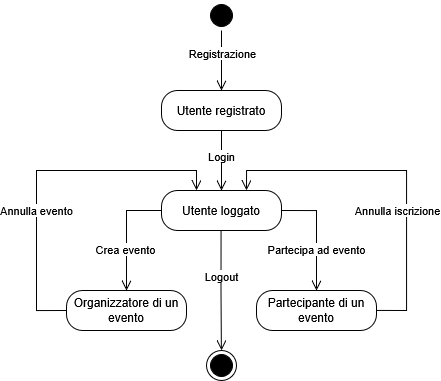
This is state1.drawio.png from alexbnls/progetto-is, a draw.io export, as it was before one commit. Source tidied: cells renumbered, new cells last; positions are measured from the earlier drawing's top-left corner, leaving out a move shared by most shapes. The source it was exported from:
```xml
<mxGraphModel>
  <root>
    <mxCell id="0" />
    <mxCell id="1" parent="0" />
    <mxCell id="2" style="ellipse;html=1;shape=startState;fillColor=#000000;" parent="1" vertex="1">
      <mxGeometry x="170" width="30" height="30" as="geometry" />
    </mxCell>
    <mxCell id="3" style="edgeStyle=orthogonalEdgeStyle;html=1;verticalAlign=bottom;endArrow=open;endSize=8;rounded=0;" parent="1" edge="1" source="2">
      <mxGeometry relative="1" as="geometry">
        <mxPoint x="185" y="90" as="targetPoint" />
      </mxGeometry>
    </mxCell>
    <mxCell id="4" value="Registrazione" style="edgeLabel;html=1;align=center;verticalAlign=middle;" parent="3" vertex="1">
      <mxGeometry x="-0.27" y="1" relative="1" as="geometry" />
    </mxCell>
    <mxCell id="5" style="ellipse;html=1;shape=endState;fillColor=#000000;strokeColor=#000000;" parent="1" vertex="1">
      <mxGeometry x="170" y="350" width="30" height="30" as="geometry" />
    </mxCell>
    <mxCell id="6" value="Utente registrato" style="rounded=1;whiteSpace=wrap;html=1;arcSize=40;" parent="1" vertex="1">
      <mxGeometry x="125" y="90" width="120" height="40" as="geometry" />
    </mxCell>
    <mxCell id="7" style="edgeStyle=orthogonalEdgeStyle;html=1;verticalAlign=bottom;endArrow=open;endSize=8;rounded=0;" parent="1" edge="1" source="6">
      <mxGeometry relative="1" as="geometry">
        <mxPoint x="185" y="190" as="targetPoint" />
      </mxGeometry>
    </mxCell>
    <mxCell id="8" value="Login" style="edgeLabel;html=1;align=center;verticalAlign=middle;" parent="7" vertex="1">
      <mxGeometry x="-0.14" relative="1" as="geometry" />
    </mxCell>
    <mxCell id="9" value="&lt;div&gt;Utente loggato&lt;/div&gt;" style="rounded=1;whiteSpace=wrap;html=1;arcSize=40;" parent="1" vertex="1">
      <mxGeometry x="125" y="190" width="120" height="40" as="geometry" />
    </mxCell>
    <mxCell id="10" style="edgeStyle=orthogonalEdgeStyle;html=1;verticalAlign=bottom;endArrow=open;endSize=8;rounded=0;" parent="1" edge="1" source="9">
      <mxGeometry relative="1" as="geometry">
        <mxPoint x="90" y="290" as="targetPoint" />
      </mxGeometry>
    </mxCell>
    <mxCell id="11" value="Crea evento" style="edgeLabel;html=1;align=center;verticalAlign=middle;" parent="10" vertex="1">
      <mxGeometry x="0.27" y="-1" relative="1" as="geometry" />
    </mxCell>
    <mxCell id="12" style="edgeStyle=orthogonalEdgeStyle;html=1;verticalAlign=bottom;endArrow=open;endSize=8;rounded=0;" parent="1" edge="1" target="5">
      <mxGeometry relative="1" as="geometry">
        <mxPoint x="184.6" y="230" as="sourcePoint" />
      </mxGeometry>
    </mxCell>
    <mxCell id="13" value="Logout" style="edgeLabel;html=1;align=center;verticalAlign=middle;" parent="12" vertex="1">
      <mxGeometry x="-0.23" y="2" relative="1" as="geometry">
        <mxPoint x="-2" as="offset" />
      </mxGeometry>
    </mxCell>
    <mxCell id="14" style="edgeStyle=orthogonalEdgeStyle;html=1;verticalAlign=bottom;endArrow=open;endSize=8;rounded=0;" parent="1" edge="1">
      <mxGeometry relative="1" as="geometry">
        <mxPoint x="245" y="210" as="sourcePoint" />
        <mxPoint x="280" y="290" as="targetPoint" />
      </mxGeometry>
    </mxCell>
    <mxCell id="15" value="&lt;div&gt;Partecipa ad evento&lt;/div&gt;" style="edgeLabel;html=1;align=center;verticalAlign=middle;" parent="14" vertex="1">
      <mxGeometry x="0.13" y="1" relative="1" as="geometry">
        <mxPoint x="-1" y="8" as="offset" />
      </mxGeometry>
    </mxCell>
    <mxCell id="16" value="Organizzatore di un evento" style="rounded=1;whiteSpace=wrap;html=1;arcSize=40;" parent="1" vertex="1">
      <mxGeometry x="30" y="290" width="120" height="40" as="geometry" />
    </mxCell>
    <mxCell id="17" value="Partecipante di un evento" style="rounded=1;whiteSpace=wrap;html=1;arcSize=40;" parent="1" vertex="1">
      <mxGeometry x="220" y="290" width="120" height="40" as="geometry" />
    </mxCell>
    <mxCell id="18" style="edgeStyle=orthogonalEdgeStyle;html=1;verticalAlign=bottom;endArrow=open;endSize=8;rounded=0;entryX=0.708;entryY=0;entryDx=0;entryDy=0;entryPerimeter=0;" parent="1" edge="1" target="9">
      <mxGeometry relative="1" as="geometry">
        <mxPoint x="340" y="310" as="sourcePoint" />
        <Array as="points">
          <mxPoint x="370" y="310" />
          <mxPoint x="370" y="170" />
          <mxPoint x="210" y="170" />
        </Array>
      </mxGeometry>
    </mxCell>
    <mxCell id="19" value="Annulla iscrizione" style="edgeLabel;html=1;align=center;verticalAlign=middle;" parent="18" vertex="1">
      <mxGeometry x="0.13" y="1" relative="1" as="geometry">
        <mxPoint x="18" y="39" as="offset" />
      </mxGeometry>
    </mxCell>
    <mxCell id="20" style="edgeStyle=orthogonalEdgeStyle;html=1;verticalAlign=bottom;endArrow=open;endSize=8;rounded=0;entryX=0.708;entryY=0;entryDx=0;entryDy=0;entryPerimeter=0;" parent="1" edge="1">
      <mxGeometry relative="1" as="geometry">
        <mxPoint x="30" y="310" as="sourcePoint" />
        <mxPoint x="160" y="190" as="targetPoint" />
        <Array as="points">
          <mxPoint y="310" />
          <mxPoint y="170" />
          <mxPoint x="160" y="170" />
        </Array>
      </mxGeometry>
    </mxCell>
    <mxCell id="21" value="Annulla evento" style="edgeLabel;html=1;align=center;verticalAlign=middle;" parent="20" vertex="1">
      <mxGeometry x="0.13" y="1" relative="1" as="geometry">
        <mxPoint x="-28" y="41" as="offset" />
      </mxGeometry>
    </mxCell>
  </root>
</mxGraphModel>
```
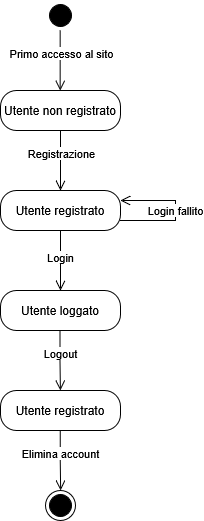
The same file after the commit.

What changed in the source:
```diff
@@ -3,10 +3,11 @@
     <mxCell id="0" />
     <mxCell id="1" parent="0" />
     <mxCell id="2" style="ellipse;html=1;shape=startState;fillColor=#000000;" parent="1" vertex="1">
-      <mxGeometry x="170" width="30" height="30" as="geometry" />
+      <mxGeometry x="170" y="-100" width="30" height="30" as="geometry" />
     </mxCell>
-    <mxCell id="3" style="edgeStyle=orthogonalEdgeStyle;html=1;verticalAlign=bottom;endArrow=open;endSize=8;rounded=0;" parent="1" edge="1" source="2">
+    <mxCell id="3" style="edgeStyle=orthogonalEdgeStyle;html=1;verticalAlign=bottom;endArrow=open;endSize=8;rounded=0;" parent="1" edge="1">
       <mxGeometry relative="1" as="geometry">
+        <mxPoint x="185" y="30" as="sourcePoint" />
         <mxPoint x="185" y="90" as="targetPoint" />
       </mxGeometry>
     </mxCell>
@@ -14,7 +15,7 @@
       <mxGeometry x="-0.27" y="1" relative="1" as="geometry" />
     </mxCell>
     <mxCell id="5" style="ellipse;html=1;shape=endState;fillColor=#000000;strokeColor=#000000;" parent="1" vertex="1">
-      <mxGeometry x="170" y="350" width="30" height="30" as="geometry" />
+      <mxGeometry x="170" y="390" width="30" height="30" as="geometry" />
     </mxCell>
     <mxCell id="6" value="Utente registrato" style="rounded=1;whiteSpace=wrap;html=1;arcSize=40;" parent="1" vertex="1">
       <mxGeometry x="125" y="90" width="120" height="40" as="geometry" />
@@ -30,17 +31,10 @@
     <mxCell id="9" value="&lt;div&gt;Utente loggato&lt;/div&gt;" style="rounded=1;whiteSpace=wrap;html=1;arcSize=40;" parent="1" vertex="1">
       <mxGeometry x="125" y="190" width="120" height="40" as="geometry" />
     </mxCell>
-    <mxCell id="10" style="edgeStyle=orthogonalEdgeStyle;html=1;verticalAlign=bottom;endArrow=open;endSize=8;rounded=0;" parent="1" edge="1" source="9">
-      <mxGeometry relative="1" as="geometry">
-        <mxPoint x="90" y="290" as="targetPoint" />
-      </mxGeometry>
-    </mxCell>
-    <mxCell id="11" value="Crea evento" style="edgeLabel;html=1;align=center;verticalAlign=middle;" parent="10" vertex="1">
-      <mxGeometry x="0.27" y="-1" relative="1" as="geometry" />
-    </mxCell>
-    <mxCell id="12" style="edgeStyle=orthogonalEdgeStyle;html=1;verticalAlign=bottom;endArrow=open;endSize=8;rounded=0;" parent="1" edge="1" target="5">
+    <mxCell id="12" style="edgeStyle=orthogonalEdgeStyle;html=1;verticalAlign=bottom;endArrow=open;endSize=8;rounded=0;" parent="1" edge="1">
       <mxGeometry relative="1" as="geometry">
         <mxPoint x="184.6" y="230" as="sourcePoint" />
+        <mxPoint x="185" y="290" as="targetPoint" />
       </mxGeometry>
     </mxCell>
     <mxCell id="13" value="Logout" style="edgeLabel;html=1;align=center;verticalAlign=middle;" parent="12" vertex="1">
@@ -48,53 +42,45 @@
         <mxPoint x="-2" as="offset" />
       </mxGeometry>
     </mxCell>
-    <mxCell id="14" style="edgeStyle=orthogonalEdgeStyle;html=1;verticalAlign=bottom;endArrow=open;endSize=8;rounded=0;" parent="1" edge="1">
-      <mxGeometry relative="1" as="geometry">
-        <mxPoint x="245" y="210" as="sourcePoint" />
-        <mxPoint x="280" y="290" as="targetPoint" />
-      </mxGeometry>
-    </mxCell>
-    <mxCell id="15" value="&lt;div&gt;Partecipa ad evento&lt;/div&gt;" style="edgeLabel;html=1;align=center;verticalAlign=middle;" parent="14" vertex="1">
-      <mxGeometry x="0.13" y="1" relative="1" as="geometry">
-        <mxPoint x="-1" y="8" as="offset" />
-      </mxGeometry>
-    </mxCell>
-    <mxCell id="16" value="Organizzatore di un evento" style="rounded=1;whiteSpace=wrap;html=1;arcSize=40;" parent="1" vertex="1">
-      <mxGeometry x="30" y="290" width="120" height="40" as="geometry" />
-    </mxCell>
-    <mxCell id="17" value="Partecipante di un evento" style="rounded=1;whiteSpace=wrap;html=1;arcSize=40;" parent="1" vertex="1">
-      <mxGeometry x="220" y="290" width="120" height="40" as="geometry" />
-    </mxCell>
-    <mxCell id="18" style="edgeStyle=orthogonalEdgeStyle;html=1;verticalAlign=bottom;endArrow=open;endSize=8;rounded=0;entryX=0.708;entryY=0;entryDx=0;entryDy=0;entryPerimeter=0;" parent="1" edge="1" target="9">
-      <mxGeometry relative="1" as="geometry">
-        <mxPoint x="340" y="310" as="sourcePoint" />
-        <Array as="points">
-          <mxPoint x="370" y="310" />
-          <mxPoint x="370" y="170" />
-          <mxPoint x="210" y="170" />
-        </Array>
-      </mxGeometry>
-    </mxCell>
-    <mxCell id="19" value="Annulla iscrizione" style="edgeLabel;html=1;align=center;verticalAlign=middle;" parent="18" vertex="1">
-      <mxGeometry x="0.13" y="1" relative="1" as="geometry">
-        <mxPoint x="18" y="39" as="offset" />
-      </mxGeometry>
-    </mxCell>
-    <mxCell id="20" style="edgeStyle=orthogonalEdgeStyle;html=1;verticalAlign=bottom;endArrow=open;endSize=8;rounded=0;entryX=0.708;entryY=0;entryDx=0;entryDy=0;entryPerimeter=0;" parent="1" edge="1">
-      <mxGeometry relative="1" as="geometry">
-        <mxPoint x="30" y="310" as="sourcePoint" />
-        <mxPoint x="160" y="190" as="targetPoint" />
-        <Array as="points">
-          <mxPoint y="310" />
-          <mxPoint y="170" />
-          <mxPoint x="160" y="170" />
-        </Array>
-      </mxGeometry>
-    </mxCell>
-    <mxCell id="21" value="Annulla evento" style="edgeLabel;html=1;align=center;verticalAlign=middle;" parent="20" vertex="1">
-      <mxGeometry x="0.13" y="1" relative="1" as="geometry">
-        <mxPoint x="-28" y="41" as="offset" />
-      </mxGeometry>
-    </mxCell>
+    <mxCell id="22" value="Utente non registrato" style="rounded=1;whiteSpace=wrap;html=1;arcSize=40;" parent="1" vertex="1">
+      <mxGeometry x="125" y="-10" width="120" height="40" as="geometry" />
+    </mxCell>
+    <mxCell id="23" style="edgeStyle=orthogonalEdgeStyle;html=1;verticalAlign=bottom;endArrow=open;endSize=8;rounded=0;" parent="1" edge="1">
+      <mxGeometry relative="1" as="geometry">
+        <mxPoint x="184.7" y="-70" as="sourcePoint" />
+        <mxPoint x="184.7" y="-10" as="targetPoint" />
+      </mxGeometry>
+    </mxCell>
+    <mxCell id="24" value="Primo accesso al sito" style="edgeLabel;html=1;align=center;verticalAlign=middle;" parent="23" vertex="1">
+      <mxGeometry x="-0.27" y="1" relative="1" as="geometry" />
+    </mxCell>
+    <mxCell id="25" style="edgeStyle=orthogonalEdgeStyle;html=1;verticalAlign=bottom;endArrow=open;endSize=8;rounded=0;entryX=1;entryY=0.25;entryDx=0;entryDy=0;" parent="1" edge="1" target="6">
+      <mxGeometry relative="1" as="geometry">
+        <mxPoint x="245" y="120" as="sourcePoint" />
+        <Array as="points">
+          <mxPoint x="300" y="120" />
+          <mxPoint x="300" y="100" />
+        </Array>
+      </mxGeometry>
+    </mxCell>
+    <mxCell id="26" value="Login fallito" style="edgeLabel;html=1;align=center;verticalAlign=middle;" parent="25" vertex="1">
+      <mxGeometry x="-0.14" relative="1" as="geometry">
+        <mxPoint y="-9" as="offset" />
+      </mxGeometry>
+    </mxCell>
+    <mxCell id="27" value="Utente registrato" style="rounded=1;whiteSpace=wrap;html=1;arcSize=40;" parent="1" vertex="1">
+      <mxGeometry x="125" y="290" width="120" height="40" as="geometry" />
+    </mxCell>
+    <mxCell id="28" style="edgeStyle=orthogonalEdgeStyle;html=1;verticalAlign=bottom;endArrow=open;endSize=8;rounded=0;" parent="1" edge="1">
+      <mxGeometry relative="1" as="geometry">
+        <mxPoint x="184.8" y="330" as="sourcePoint" />
+        <mxPoint x="185.2" y="390" as="targetPoint" />
+      </mxGeometry>
+    </mxCell>
+    <mxCell id="29" value="Elimina account" style="edgeLabel;html=1;align=center;verticalAlign=middle;" parent="28" vertex="1">
+      <mxGeometry x="-0.23" y="2" relative="1" as="geometry">
+        <mxPoint x="-2" as="offset" />
+      </mxGeometry>
+    </mxCell>
   </root>
 </mxGraphModel>
```
